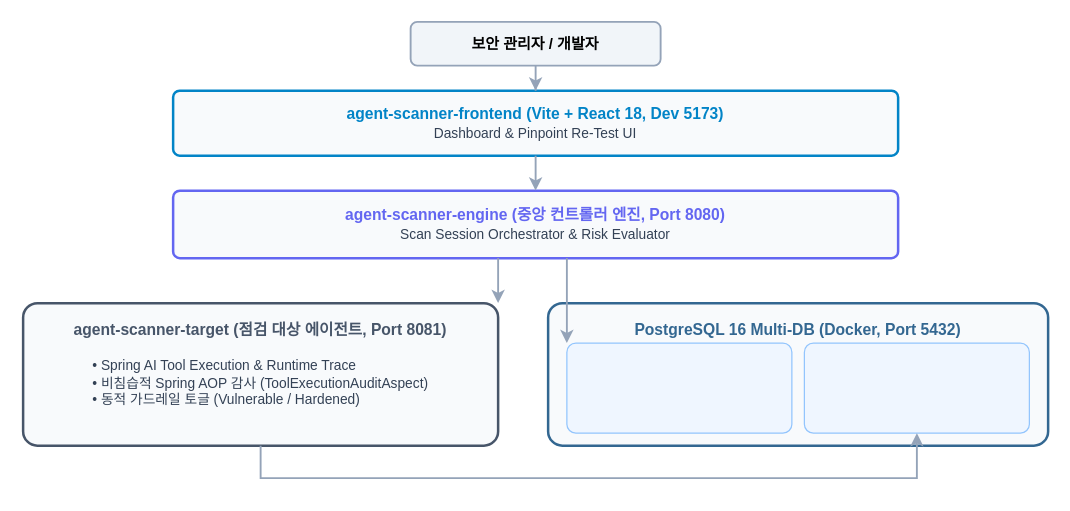
The draw.io diagram docs/images/system-topology.drawio in yht0827/agent-scanner, before the edit. Source tidied: cells renumbered, new cells numbered last; positions are measured from the earlier drawing's top-left corner, leaving out a move shared by most shapes. Both pictures are drawn from the tidied source at 125%, with x=0, y=0 at pixel (22, 21).
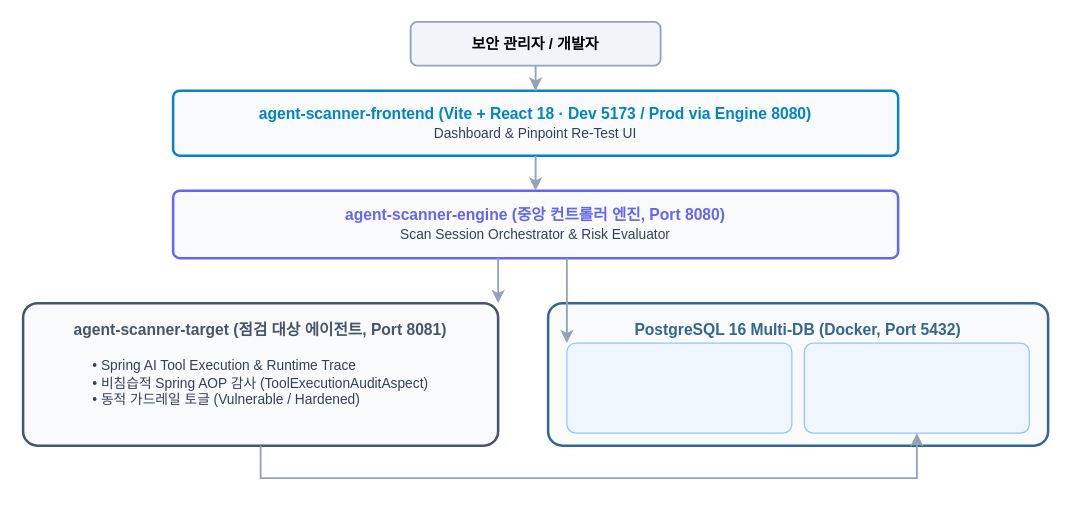
The same diagram, later.

Commit message (it also covers changes not shown here):
docs: 시스템 토폴로지 문구 정밀화 (Frontend 개발/운영 포트 안내 및 현실적 아키텍처 설명 반영)

What changed in the source:
```diff
@@
 <mxGraphModel>
   <root>
     <mxCell id="0" />
     <mxCell id="1" parent="0" />
     <mxCell id="2" value="&lt;b&gt;보안 관리자 / 개발자&lt;/b&gt;" style="rounded=1;whiteSpace=wrap;html=1;fillColor=#F1F5F9;strokeColor=#94A3B8;strokeWidth=1.5;arcSize=15;" parent="1" vertex="1">
       <mxGeometry x="310" width="200" height="35" as="geometry" />
     </mxCell>
-    <mxCell id="3" value="&lt;b style=&quot;font-size:12.5px; color:#0284C7;&quot;&gt;agent-scanner-frontend (Vite + React 18, Dev 5173)&lt;/b&gt;&lt;br&gt;&lt;font style=&quot;font-size:11px; color:#334155;&quot;&gt;Dashboard &amp;amp; Pinpoint Re-Test UI&lt;/font&gt;" style="rounded=1;whiteSpace=wrap;html=1;fillColor=#F8FAFC;strokeColor=#0284C7;strokeWidth=2;arcSize=10;align=center;" parent="1" vertex="1">
+    <mxCell id="3" value="&lt;b style=&quot;font-size:12.5px; color:#0284C7;&quot;&gt;agent-scanner-frontend (Vite + React 18 · Dev 5173 / Prod via Engine 8080)&lt;/b&gt;&lt;br&gt;&lt;font style=&quot;font-size:11px; color:#334155;&quot;&gt;Dashboard &amp;amp; Pinpoint Re-Test UI&lt;/font&gt;" style="rounded=1;whiteSpace=wrap;html=1;fillColor=#F8FAFC;strokeColor=#0284C7;strokeWidth=2;arcSize=10;align=center;" parent="1" vertex="1">
       <mxGeometry x="120" y="55" width="580" height="52" as="geometry" />
     </mxCell>
     <mxCell id="4" style="edgeStyle=orthogonalEdgeStyle;rounded=0;jettySize=auto;html=1;strokeWidth=1.5;strokeColor=#94A3B8;" parent="1" edge="1" source="2" target="3">
       <mxGeometry relative="1" as="geometry" />
     </mxCell>
     <mxCell id="5" value="&lt;b style=&quot;font-size:12.5px; color:#6366F1;&quot;&gt;agent-scanner-engine (중앙 컨트롤러 엔진, Port 8080)&lt;/b&gt;&lt;br&gt;&lt;font style=&quot;font-size:11px; color:#334155;&quot;&gt;Scan Session Orchestrator &amp;amp; Risk Evaluator&lt;/font&gt;" style="rounded=1;whiteSpace=wrap;html=1;fillColor=#F8FAFC;strokeColor=#6366F1;strokeWidth=2;arcSize=10;align=center;" parent="1" vertex="1">
       <mxGeometry x="120" y="135" width="580" height="54" as="geometry" />
     </mxCell>
     <mxCell id="6" value="REST API" style="edgeStyle=orthogonalEdgeStyle;rounded=0;jettySize=auto;html=1;strokeWidth=1.5;strokeColor=#94A3B8;fontColor=#64748B;fontSize=11px;" parent="1" edge="1" source="3" target="5">
       <mxGeometry relative="1" as="geometry" />
     </mxCell>
     <mxCell id="7" value="&lt;b style=&quot;font-size:12.5px; color:#475569;&quot;&gt;agent-scanner-target (점검 대상 에이전트, Port 8081)&lt;/b&gt;&lt;br&gt;&lt;br&gt;&lt;div style=&quot;text-align:left; padding-left:15px; font-size:11px; color:#334155;&quot;&gt;• Spring AI Tool Execution &amp;amp; Runtime Trace&lt;br&gt;• 비침습적 Spring AOP 감사 (ToolExecutionAuditAspect)&lt;br&gt;• 동적 가드레일 토글 (Vulnerable / Hardened)&lt;/div&gt;" style="rounded=1;whiteSpace=wrap;html=1;fillColor=#F8FAFC;strokeColor=#475569;strokeWidth=2;arcSize=10;align=center;verticalAlign=top;spacingTop=8;" parent="1" vertex="1">
       <mxGeometry y="225" width="380" height="114" as="geometry" />
     </mxCell>
     <mxCell id="8" value="&lt;b style=&quot;font-size:12.5px; color:#336791;&quot;&gt;PostgreSQL 16 Multi-DB (Docker, Port 5432)&lt;/b&gt;" style="rounded=1;whiteSpace=wrap;html=1;fillColor=#F8FAFC;strokeColor=#336791;strokeWidth=2;arcSize=10;align=center;verticalAlign=top;spacingTop=8;" parent="1" vertex="1">
       <mxGeometry x="420" y="225" width="400" height="114" as="geometry" />
     </mxCell>
     <mxCell id="9" value="&lt;b style=&quot;color:#1E40AF;&quot;&gt;DB 1: scannerdb&lt;/b&gt;&lt;br&gt;&lt;br&gt;• 스캔 세션 &amp;amp; 룰셋 카탈로그&lt;br&gt;• 취약점 Finding &amp;amp; 조치 증적" style="rounded=1;whiteSpace=wrap;html=1;fillColor=#EFF6FF;strokeColor=#93C5FD;arcSize=10;align=left;spacingLeft=10;fontSize=11px;" parent="1" vertex="1">
       <mxGeometry x="435" y="257" width="180" height="72" as="geometry" />
     </mxCell>
     <mxCell id="10" value="&lt;b style=&quot;color:#1E40AF;&quot;&gt;DB 2: targetdb&lt;/b&gt;&lt;br&gt;&lt;br&gt;• 고객 PII / 관리자 DB&lt;br&gt;• RAG 대외비 지식베이스" style="rounded=1;whiteSpace=wrap;html=1;fillColor=#EFF6FF;strokeColor=#93C5FD;arcSize=10;align=left;spacingLeft=10;fontSize=11px;" parent="1" vertex="1">
       <mxGeometry x="625" y="257" width="180" height="72" as="geometry" />
     </mxCell>
     <mxCell id="11" value="HTTP 원격 점검 (8081)" style="edgeStyle=orthogonalEdgeStyle;rounded=0;jettySize=auto;html=1;strokeWidth=1.5;strokeColor=#94A3B8;fontColor=#64748B;fontSize=11px;" parent="1" edge="1" source="5" target="7">
       <mxGeometry relative="1" as="geometry">
         <Array as="points">
           <mxPoint x="260" y="189" />
           <mxPoint x="190" y="189" />
         </Array>
       </mxGeometry>
     </mxCell>
     <mxCell id="12" value="JDBC (scannerdb)" style="edgeStyle=orthogonalEdgeStyle;rounded=0;jettySize=auto;html=1;strokeWidth=1.5;strokeColor=#94A3B8;fontColor=#64748B;fontSize=11px;" parent="1" edge="1" source="5" target="9">
       <mxGeometry relative="1" as="geometry">
         <Array as="points">
           <mxPoint x="560" y="189" />
           <mxPoint x="525" y="189" />
         </Array>
       </mxGeometry>
     </mxCell>
     <mxCell id="13" value="JDBC 타깃 RDBMS &amp;amp; RAG 쿼리 (targetdb)" style="edgeStyle=orthogonalEdgeStyle;rounded=0;jettySize=auto;html=1;strokeWidth=1.5;strokeColor=#94A3B8;fontColor=#64748B;fontSize=11px;" parent="1" edge="1" source="7" target="10">
       <mxGeometry relative="1" as="geometry">
         <Array as="points">
           <mxPoint x="190" y="365" />
           <mxPoint x="715" y="365" />
         </Array>
       </mxGeometry>
     </mxCell>
   </root>
 </mxGraphModel>
```
